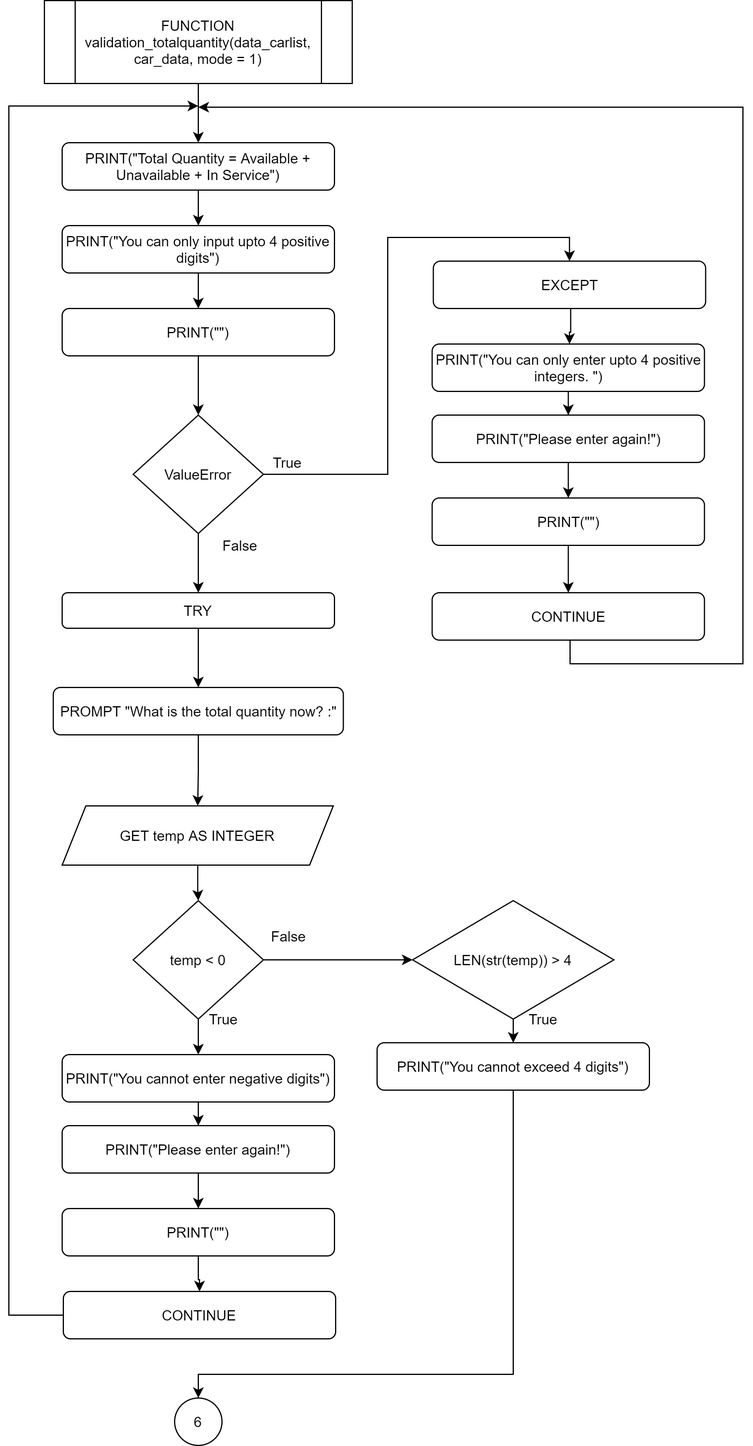
The draw.io diagram Flowchart/default/validation_totalquantity-Page-1.png in RabbitBear00/Car-Rental-System, before a commit. Source tidied: cells renumbered, new cells last; positions are measured from the earlier drawing's top-left corner, leaving out a move shared by most shapes.
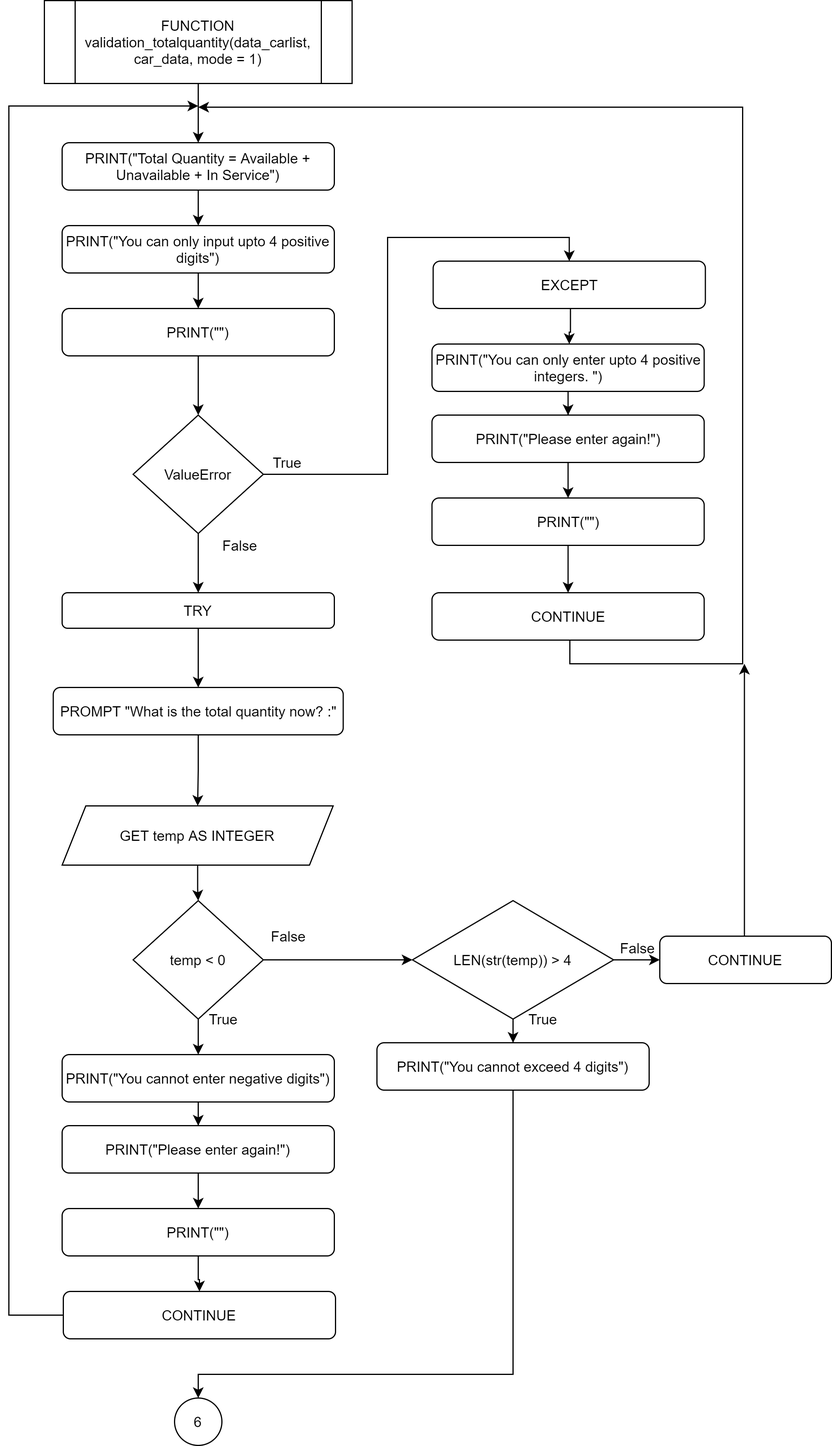
The same file after the commit.

The edit, as a diff of the source:
```diff
@@ -116,6 +116,9 @@
     <mxCell id="33" style="edgeStyle=orthogonalEdgeStyle;rounded=0;jettySize=auto;html=1;" parent="1" edge="1" source="34" target="31">
       <mxGeometry relative="1" as="geometry" />
     </mxCell>
+    <mxCell id="50" style="edgeStyle=orthogonalEdgeStyle;rounded=0;jettySize=auto;html=1;entryX=0;entryY=0.5;entryDx=0;entryDy=0;" parent="1" edge="1" source="34" target="52">
+      <mxGeometry relative="1" as="geometry" />
+    </mxCell>
     <mxCell id="34" value="LEN(str(temp)) &gt; 4" style="rhombus;whiteSpace=wrap;html=1;" parent="1" vertex="1">
       <mxGeometry x="341" y="760" width="170" height="100" as="geometry" />
     </mxCell>
@@ -178,5 +181,17 @@
     <mxCell id="49" value="6" style="ellipse;whiteSpace=wrap;html=1;" parent="1" vertex="1">
       <mxGeometry x="140" y="1180" width="40" height="40" as="geometry" />
     </mxCell>
+    <mxCell id="51" style="edgeStyle=orthogonalEdgeStyle;rounded=0;orthogonalLoop=1;jettySize=auto;html=1;" parent="1" edge="1">
+      <mxGeometry relative="1" as="geometry">
+        <mxPoint x="621.5" y="790" as="sourcePoint" />
+        <mxPoint x="621.5" y="560" as="targetPoint" />
+      </mxGeometry>
+    </mxCell>
+    <mxCell id="52" value="CONTINUE" style="rounded=1;whiteSpace=wrap;html=1;" parent="1" vertex="1">
+      <mxGeometry x="550" y="790" width="145" height="40" as="geometry" />
+    </mxCell>
+    <mxCell id="53" value="False" style="text;html=1;align=center;verticalAlign=middle;strokeColor=none;" parent="1" vertex="1">
+      <mxGeometry x="511" y="790" width="40" height="20" as="geometry" />
+    </mxCell>
   </root>
 </mxGraphModel>
```
